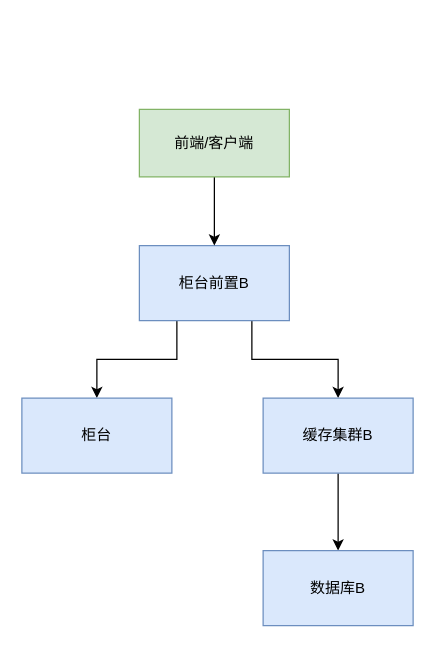
Before: 单机房.drawio in WindRain20140210/files-ArchitectureDiagram, a draw.io diagram. Source tidied: cells renumbered, new cells numbered last; positions are measured from the earlier drawing's top-left corner, leaving out a move shared by most shapes. Both pictures are drawn from the tidied source at 125%, with x=0, y=0 at pixel (21, 109).
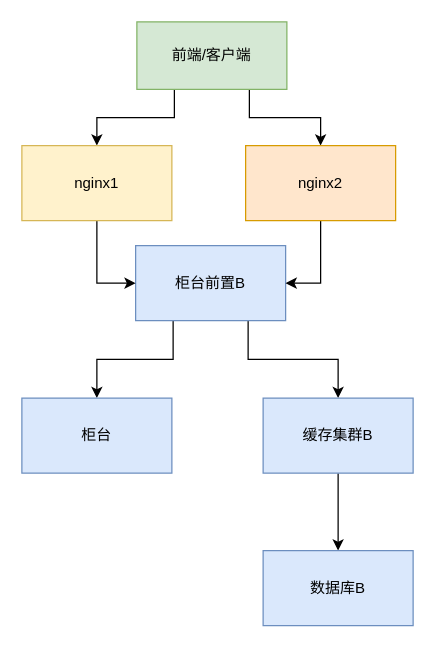
Above is the later version.

The edit, as a diff of the source:
```diff
@@
 <mxGraphModel>
   <root>
     <mxCell id="0" />
     <mxCell id="1" parent="0" />
     <mxCell id="2" style="edgeStyle=orthogonalEdgeStyle;rounded=0;jettySize=auto;html=1;exitX=0.25;exitY=1;exitDx=0;exitDy=0;" parent="1" edge="1" source="4" target="7">
       <mxGeometry relative="1" as="geometry" />
     </mxCell>
     <mxCell id="3" style="edgeStyle=orthogonalEdgeStyle;rounded=0;jettySize=auto;html=1;exitX=0.75;exitY=1;exitDx=0;exitDy=0;entryX=0.5;entryY=0;entryDx=0;entryDy=0;" parent="1" edge="1" source="4" target="6">
       <mxGeometry relative="1" as="geometry" />
     </mxCell>
     <mxCell id="4" value="柜台前置B" style="rounded=0;whiteSpace=wrap;html=1;fillColor=#dae8fc;strokeColor=#6c8ebf;" parent="1" vertex="1">
-      <mxGeometry x="94" y="109" width="120" height="60" as="geometry" />
+      <mxGeometry x="91" y="109" width="120" height="60" as="geometry" />
     </mxCell>
     <mxCell id="5" style="edgeStyle=orthogonalEdgeStyle;rounded=0;jettySize=auto;html=1;exitX=0.5;exitY=1;exitDx=0;exitDy=0;entryX=0.5;entryY=0;entryDx=0;entryDy=0;" parent="1" edge="1" source="6" target="8">
       <mxGeometry relative="1" as="geometry" />
     </mxCell>
     <mxCell id="6" value="缓存集群B" style="rounded=0;whiteSpace=wrap;html=1;fillColor=#dae8fc;strokeColor=#6c8ebf;" parent="1" vertex="1">
       <mxGeometry x="193" y="231" width="120" height="60" as="geometry" />
     </mxCell>
     <mxCell id="7" value="柜台" style="rounded=0;whiteSpace=wrap;html=1;fillColor=#dae8fc;strokeColor=#6c8ebf;" parent="1" vertex="1">
       <mxGeometry y="231" width="120" height="60" as="geometry" />
     </mxCell>
     <mxCell id="8" value="数据库B" style="rounded=0;whiteSpace=wrap;html=1;fillColor=#dae8fc;strokeColor=#6c8ebf;" parent="1" vertex="1">
       <mxGeometry x="193" y="353" width="120" height="60" as="geometry" />
     </mxCell>
-    <mxCell id="9" style="edgeStyle=orthogonalEdgeStyle;rounded=0;jettySize=auto;html=1;exitX=0.5;exitY=1;exitDx=0;exitDy=0;entryX=0.5;entryY=0;entryDx=0;entryDy=0;" parent="1" edge="1" source="10" target="4">
-      <mxGeometry relative="1" as="geometry" />
-    </mxCell>
+    <mxCell id="11" style="edgeStyle=orthogonalEdgeStyle;rounded=0;jettySize=auto;html=1;exitX=0.25;exitY=1;exitDx=0;exitDy=0;entryX=0.5;entryY=0;entryDx=0;entryDy=0;" parent="1" edge="1" source="10" target="14">
+      <mxGeometry relative="1" as="geometry" />
+    </mxCell>
+    <mxCell id="12" style="edgeStyle=orthogonalEdgeStyle;rounded=0;jettySize=auto;html=1;exitX=0.75;exitY=1;exitDx=0;exitDy=0;entryX=0.5;entryY=0;entryDx=0;entryDy=0;" parent="1" edge="1" source="10" target="16">
+      <mxGeometry relative="1" as="geometry" />
+    </mxCell>
     <mxCell id="10" value="前端/客户端" style="rounded=0;whiteSpace=wrap;html=1;fillColor=#d5e8d4;strokeColor=#82b366;" parent="1" vertex="1">
-      <mxGeometry x="94" width="120" height="54" as="geometry" />
+      <mxGeometry x="92" y="-70" width="120" height="54" as="geometry" />
     </mxCell>
+    <mxCell id="13" style="edgeStyle=orthogonalEdgeStyle;rounded=0;jettySize=auto;html=1;exitX=0.5;exitY=1;exitDx=0;exitDy=0;entryX=0;entryY=0.5;entryDx=0;entryDy=0;" parent="1" edge="1" source="14" target="4">
+      <mxGeometry relative="1" as="geometry" />
+    </mxCell>
+    <mxCell id="14" value="nginx1" style="rounded=0;whiteSpace=wrap;html=1;fillColor=#fff2cc;strokeColor=#d6b656;" parent="1" vertex="1">
+      <mxGeometry y="29" width="120" height="60" as="geometry" />
+    </mxCell>
+    <mxCell id="15" style="edgeStyle=orthogonalEdgeStyle;rounded=0;jettySize=auto;html=1;exitX=0.5;exitY=1;exitDx=0;exitDy=0;entryX=1;entryY=0.5;entryDx=0;entryDy=0;" parent="1" edge="1" source="16" target="4">
+      <mxGeometry relative="1" as="geometry" />
+    </mxCell>
+    <mxCell id="16" value="nginx2" style="rounded=0;whiteSpace=wrap;html=1;fillColor=#ffe6cc;strokeColor=#d79b00;" parent="1" vertex="1">
+      <mxGeometry x="179" y="29" width="120" height="60" as="geometry" />
+    </mxCell>
   </root>
 </mxGraphModel>
```
